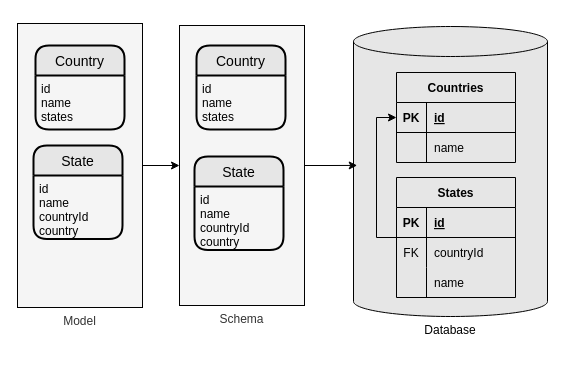
Above: design/schema.drawio in lambda-orm/lambdaorm (draw.io), before the change. Source tidied: cells renumbered, new cells numbered last; positions are measured from the earlier drawing's top-left corner, leaving out a move shared by most shapes. Both pictures are drawn from the tidied source at 100%, with x=0, y=0 at pixel (17, 23).
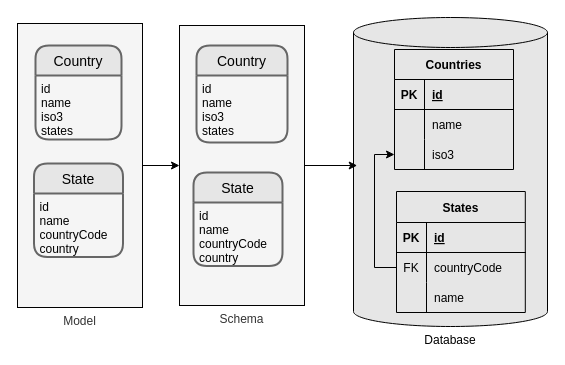
The same diagram, later.

Unchanged cells that the change refers to:
```xml
<mxCell id="10" style="shape=partialRectangle;fillColor=none;top=0;left=0;bottom=1;right=0;points=[[0,0.5],[1,0.5]];portConstraint=eastwest;" parent="9" vertex="1">
  <mxGeometry y="30" width="119" height="30" as="geometry" />
</mxCell>
```

Change to the diagram source:
```diff
@@
     <mxCell id="4" value="Database" style="shape=cylinder3;whiteSpace=wrap;html=1;boundedLbl=1;backgroundOutline=1;size=15;fillColor=#E6E6E6;strokeColor=#000000;labelPosition=center;verticalLabelPosition=bottom;align=center;verticalAlign=top;fontColor=#000000;" parent="1" vertex="1">
-      <mxGeometry x="336" y="3" width="194" height="290" as="geometry" />
+      <mxGeometry x="336" y="-6" width="194" height="309" as="geometry" />
     </mxCell>
-    <mxCell id="5" value="Country" style="swimlane;horizontal=1;startSize=30;rounded=1;fontSize=14;fontStyle=0;strokeWidth=2;shadow=0;dashed=0;align=center;fontColor=#000000;fillColor=#E6E6E6;" parent="1" vertex="1">
-      <mxGeometry x="18" y="22" width="89" height="84" as="geometry" />
+    <mxCell id="5" value="Country" style="swimlane;horizontal=1;startSize=30;rounded=1;fontSize=14;fontStyle=0;strokeWidth=2;shadow=0;dashed=0;align=center;fontColor=#000000;fillColor=#E6E6E6;strokeColor=#666666;" parent="1" vertex="1">
+      <mxGeometry x="18" y="22" width="86" height="94" as="geometry" />
     </mxCell>
-    <mxCell id="6" value="id&#10;name&#10;states" style="align=left;strokeColor=none;fillColor=none;spacingLeft=4;fontSize=12;verticalAlign=top;fontColor=#000000;" parent="5" vertex="1">
-      <mxGeometry y="30" width="89" height="54" as="geometry" />
+    <mxCell id="6" value="id&#10;name&#10;iso3&#10;states" style="align=left;strokeColor=none;fillColor=none;spacingLeft=4;fontSize=12;verticalAlign=top;fontColor=#000000;" parent="5" vertex="1">
+      <mxGeometry y="30" width="86" height="64" as="geometry" />
     </mxCell>
-    <mxCell id="7" value="State" style="swimlane;horizontal=1;startSize=30;rounded=1;fontSize=14;fontStyle=0;strokeWidth=2;shadow=0;dashed=0;align=center;fontColor=#000000;fillColor=#E6E6E6;" parent="1" vertex="1">
-      <mxGeometry x="16" y="122" width="89" height="93.5" as="geometry" />
+    <mxCell id="7" value="State" style="swimlane;horizontal=1;startSize=30;rounded=1;fontSize=14;fontStyle=0;strokeWidth=2;shadow=0;dashed=0;align=center;fontColor=#000000;fillColor=#E6E6E6;strokeColor=#666666;" parent="1" vertex="1">
+      <mxGeometry x="16.5" y="140" width="89" height="93.5" as="geometry" />
     </mxCell>
-    <mxCell id="8" value="id&#10;name&#10;countryId&#10;country" style="align=left;strokeColor=none;fillColor=none;spacingLeft=4;fontSize=12;verticalAlign=top;fontColor=#000000;" parent="7" vertex="1">
+    <mxCell id="8" value="id&#10;name&#10;countryCode&#10;country" style="align=left;strokeColor=none;fillColor=none;spacingLeft=4;fontSize=12;verticalAlign=top;fontColor=#000000;" parent="7" vertex="1">
       <mxGeometry y="30" width="89" height="63.5" as="geometry" />
     </mxCell>
     <mxCell id="9" value="Countries" style="shape=table;startSize=30;childLayout=tableLayout;rowLines=0;fontStyle=1;align=center;fontColor=#000000;strokeColor=#000000;fillColor=#E6E6E6;" parent="1" vertex="1">
-      <mxGeometry x="379" y="49" width="119" height="90" as="geometry" />
+      <mxGeometry x="377" y="26" width="119" height="120" as="geometry" />
     </mxCell>
@@
+    <mxCell id="33" style="shape=partialRectangle;fillColor=none;top=0;left=0;bottom=0;right=0;points=[[0,0.5],[1,0.5]];portConstraint=eastwest;" parent="9" vertex="1">
+      <mxGeometry y="90" width="119" height="30" as="geometry" />
+    </mxCell>
+    <mxCell id="34" style="shape=partialRectangle;fillColor=none;top=0;left=0;bottom=0;right=0;overflow=hidden;" parent="33" vertex="1">
+      <mxGeometry width="30" height="30" as="geometry" />
+    </mxCell>
+    <mxCell id="35" value="iso3" style="shape=partialRectangle;fillColor=none;top=0;left=0;bottom=0;right=0;align=left;spacingLeft=6;overflow=hidden;fontColor=#000000;" parent="33" vertex="1">
+      <mxGeometry x="30" width="89" height="30" as="geometry" />
+    </mxCell>
-    <mxCell id="16" style="edgeStyle=orthogonalEdgeStyle;rounded=0;jettySize=auto;html=1;exitX=0;exitY=0.5;exitDx=0;exitDy=0;entryX=0;entryY=0.5;entryDx=0;entryDy=0;fontColor=#000000;strokeColor=#000000;" parent="1" edge="1" source="17" target="10">
+    <mxCell id="16" style="edgeStyle=orthogonalEdgeStyle;rounded=0;jettySize=auto;html=1;exitX=0;exitY=0.5;exitDx=0;exitDy=0;entryX=0;entryY=0.5;entryDx=0;entryDy=0;fontColor=#000000;strokeColor=#000000;" parent="1" edge="1" source="21" target="33">
       <mxGeometry relative="1" as="geometry" />
     </mxCell>
-    <mxCell id="17" value="States" style="shape=table;startSize=30;childLayout=tableLayout;rowLines=0;fontStyle=1;align=center;fontColor=#000000;strokeColor=#000000;fillColor=#E6E6E6;" parent="1" vertex="1">
-      <mxGeometry x="379" y="154" width="119" height="120" as="geometry" />
+    <mxCell id="17" value="States" style="shape=table;startSize=31;childLayout=tableLayout;rowLines=0;fontStyle=1;align=center;fontColor=#000000;strokeColor=#000000;fillColor=#E6E6E6;" parent="1" vertex="1">
+      <mxGeometry x="379" y="168" width="128.8" height="121" as="geometry" />
     </mxCell>
     <mxCell id="18" style="shape=partialRectangle;fillColor=none;top=0;left=0;bottom=1;right=0;" parent="17" vertex="1">
-      <mxGeometry y="30" width="119" height="30" as="geometry" />
+      <mxGeometry y="31" width="128.8" height="30" as="geometry" />
     </mxCell>
@@
     <mxCell id="20" value="id" style="shape=partialRectangle;fillColor=none;top=0;left=0;bottom=0;right=0;align=left;spacingLeft=6;fontStyle=5;overflow=hidden;fontColor=#000000;" parent="18" vertex="1">
-      <mxGeometry x="30" width="89" height="30" as="geometry" />
+      <mxGeometry x="30" width="98.8" height="30" as="geometry" />
     </mxCell>
     <mxCell id="21" style="shape=partialRectangle;fillColor=none;top=0;left=0;bottom=0;right=0;points=[[0,0.5],[1,0.5]];portConstraint=eastwest;fontColor=#000000;" parent="17" vertex="1">
-      <mxGeometry y="60" width="119" height="30" as="geometry" />
+      <mxGeometry y="61" width="128.8" height="30" as="geometry" />
     </mxCell>
@@
-    <mxCell id="23" value="countryId" style="shape=partialRectangle;fillColor=none;top=0;left=0;bottom=0;right=0;align=left;spacingLeft=6;overflow=hidden;fontColor=#000000;" parent="21" vertex="1">
-      <mxGeometry x="30" width="89" height="30" as="geometry" />
+    <mxCell id="23" value="countryCode" style="shape=partialRectangle;fillColor=none;top=0;left=0;bottom=0;right=0;align=left;spacingLeft=6;overflow=hidden;fontColor=#000000;" parent="21" vertex="1">
+      <mxGeometry x="30" width="98.8" height="30" as="geometry" />
     </mxCell>
     <mxCell id="24" style="shape=partialRectangle;fillColor=none;top=0;left=0;bottom=0;right=0;" parent="17" vertex="1">
-      <mxGeometry y="90" width="119" height="30" as="geometry" />
+      <mxGeometry y="91" width="128.8" height="30" as="geometry" />
     </mxCell>
@@
     <mxCell id="26" value="name" style="shape=partialRectangle;fillColor=none;top=0;left=0;bottom=0;right=0;align=left;spacingLeft=6;overflow=hidden;fontColor=#000000;" parent="24" vertex="1">
-      <mxGeometry x="30" width="89" height="30" as="geometry" />
+      <mxGeometry x="30" width="98.8" height="30" as="geometry" />
     </mxCell>
@@
-    <mxCell id="29" value="Country" style="swimlane;horizontal=1;startSize=30;rounded=1;fontSize=14;fontStyle=0;strokeWidth=2;shadow=0;dashed=0;align=center;fontColor=#000000;fillColor=#E6E6E6;" parent="1" vertex="1">
-      <mxGeometry x="179" y="22" width="89" height="84" as="geometry" />
+    <mxCell id="29" value="Country" style="swimlane;horizontal=1;startSize=30;rounded=1;fontSize=14;fontStyle=0;strokeWidth=2;shadow=0;dashed=0;align=center;fontColor=#000000;fillColor=#E6E6E6;strokeColor=#666666;" parent="1" vertex="1">
+      <mxGeometry x="179" y="22" width="91" height="97" as="geometry" />
     </mxCell>
-    <mxCell id="30" value="id&#10;name&#10;states" style="align=left;strokeColor=none;fillColor=none;spacingLeft=4;fontSize=12;verticalAlign=top;fontColor=#000000;" parent="29" vertex="1">
-      <mxGeometry y="30" width="89" height="54" as="geometry" />
+    <mxCell id="30" value="id&#10;name&#10;iso3&#10;states" style="align=left;strokeColor=none;fillColor=none;spacingLeft=4;fontSize=12;verticalAlign=top;fontColor=#000000;" parent="29" vertex="1">
+      <mxGeometry y="30" width="91" height="67" as="geometry" />
     </mxCell>
-    <mxCell id="31" value="State" style="swimlane;horizontal=1;startSize=30;rounded=1;fontSize=14;fontStyle=0;strokeWidth=2;shadow=0;dashed=0;align=center;fontColor=#000000;fillColor=#E6E6E6;" parent="1" vertex="1">
-      <mxGeometry x="177" y="133" width="89" height="93.5" as="geometry" />
+    <mxCell id="31" value="State" style="swimlane;horizontal=1;startSize=30;rounded=1;fontSize=14;fontStyle=0;strokeWidth=2;shadow=0;dashed=0;align=center;fontColor=#000000;fillColor=#E6E6E6;strokeColor=#666666;" parent="1" vertex="1">
+      <mxGeometry x="176" y="149" width="89" height="93.5" as="geometry" />
     </mxCell>
-    <mxCell id="32" value="id&#10;name&#10;countryId&#10;country" style="align=left;strokeColor=none;fillColor=none;spacingLeft=4;fontSize=12;verticalAlign=top;fontColor=#000000;" parent="31" vertex="1">
+    <mxCell id="32" value="id&#10;name&#10;countryCode&#10;country" style="align=left;strokeColor=none;fillColor=none;spacingLeft=4;fontSize=12;verticalAlign=top;fontColor=#000000;" parent="31" vertex="1">
       <mxGeometry y="30" width="89" height="63.5" as="geometry" />
     </mxCell>
```
